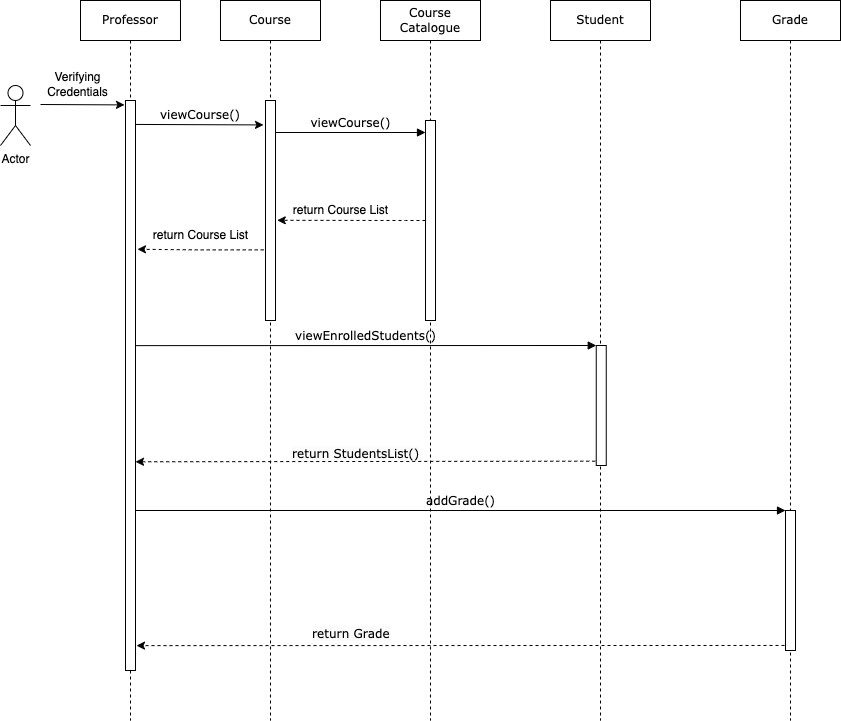
Above: crs-JEDI-UML-Artifacts/Sequence-Diagram/crs-sequenceDiagramProfessor.png in MrRobot-29/Flipkart-JEDI-Group-F-CRS (draw.io), before the change. Source tidied: cells renumbered, new cells last; positions are measured from the earlier drawing's top-left corner, leaving out a move shared by most shapes. The source it was exported from:
```xml
<mxGraphModel>
  <root>
    <mxCell id="0" />
    <mxCell id="1" parent="0" />
    <mxCell id="2" value="Course" style="shape=umlLifeline;perimeter=lifelinePerimeter;whiteSpace=wrap;html=1;rounded=0;shadow=0;comic=0;labelBackgroundColor=none;strokeWidth=1;fontFamily=Verdana;fontSize=12;align=center;" parent="1" vertex="1">
      <mxGeometry x="220" width="100" height="720" as="geometry" />
    </mxCell>
    <mxCell id="3" style="html=1;points=[];perimeter=orthogonalPerimeter;rounded=0;shadow=0;comic=0;labelBackgroundColor=none;strokeWidth=1;fontFamily=Verdana;fontSize=12;align=center;" parent="2" vertex="1">
      <mxGeometry x="45" y="100" width="10" height="220" as="geometry" />
    </mxCell>
    <mxCell id="4" value="Course Catalogue" style="shape=umlLifeline;perimeter=lifelinePerimeter;whiteSpace=wrap;html=1;rounded=0;shadow=0;comic=0;labelBackgroundColor=none;strokeWidth=1;fontFamily=Verdana;fontSize=12;align=center;" parent="1" vertex="1">
      <mxGeometry x="380" width="100" height="720" as="geometry" />
    </mxCell>
    <mxCell id="5" style="html=1;points=[];perimeter=orthogonalPerimeter;rounded=0;shadow=0;comic=0;labelBackgroundColor=none;strokeWidth=1;fontFamily=Verdana;fontSize=12;align=center;" parent="4" vertex="1">
      <mxGeometry x="45" y="120" width="10" height="200" as="geometry" />
    </mxCell>
    <mxCell id="6" value="Grade" style="shape=umlLifeline;perimeter=lifelinePerimeter;whiteSpace=wrap;html=1;outlineConnect=0;rounded=0;shadow=0;comic=0;labelBackgroundColor=none;strokeWidth=1;fontFamily=Verdana;fontSize=12;align=center;" parent="1" vertex="1">
      <mxGeometry x="740" width="100" height="720" as="geometry" />
    </mxCell>
    <mxCell id="7" style="html=1;points=[];perimeter=orthogonalPerimeter;rounded=0;shadow=0;comic=0;labelBackgroundColor=none;strokeWidth=1;fontFamily=Verdana;fontSize=12;align=center;" parent="6" vertex="1">
      <mxGeometry x="45" y="510" width="10" height="140" as="geometry" />
    </mxCell>
    <mxCell id="8" value="addGrade()" style="html=1;verticalAlign=bottom;endArrow=block;entryX=0;entryY=0;labelBackgroundColor=none;fontFamily=Verdana;fontSize=12;" parent="6" edge="1" target="7">
      <mxGeometry relative="1" as="geometry">
        <mxPoint x="-605" y="510" as="sourcePoint" />
      </mxGeometry>
    </mxCell>
    <mxCell id="9" style="endArrow=classic;html=1;rounded=0;dashed=1;fontFamily=Verdana;exitX=-0.1;exitY=0.964;exitDx=0;exitDy=0;exitPerimeter=0;entryX=1.1;entryY=0.898;entryDx=0;entryDy=0;entryPerimeter=0;" parent="6" edge="1" source="7">
      <mxGeometry relative="1" as="geometry">
        <mxPoint x="-604" y="645.1" as="targetPoint" />
      </mxGeometry>
    </mxCell>
    <mxCell id="10" value="&lt;span style=&quot;color: rgb(0, 0, 0); font-family: Verdana; font-size: 12px; font-style: normal; font-variant-ligatures: normal; font-variant-caps: normal; font-weight: 400; letter-spacing: normal; orphans: 2; text-align: center; text-indent: 0px; text-transform: none; widows: 2; word-spacing: 0px; -webkit-text-stroke-width: 0px; background-color: rgb(251, 251, 251); text-decoration-thickness: initial; text-decoration-style: initial; text-decoration-color: initial; float: none; display: inline !important;&quot;&gt;return Grade&lt;/span&gt;" style="text;whiteSpace=wrap;html=1;fontFamily=Verdana;" parent="6" vertex="1">
      <mxGeometry x="-430" y="620" width="100" height="40" as="geometry" />
    </mxCell>
    <mxCell id="11" value="Professor" style="shape=umlLifeline;perimeter=lifelinePerimeter;whiteSpace=wrap;html=1;rounded=0;shadow=0;comic=0;labelBackgroundColor=none;strokeWidth=1;fontFamily=Verdana;fontSize=12;align=center;" parent="1" vertex="1">
      <mxGeometry x="80" width="100" height="720" as="geometry" />
    </mxCell>
    <mxCell id="12" style="html=1;points=[];perimeter=orthogonalPerimeter;rounded=0;shadow=0;comic=0;labelBackgroundColor=none;strokeWidth=1;fontFamily=Verdana;fontSize=12;align=center;" parent="11" vertex="1">
      <mxGeometry x="45" y="100" width="10" height="570" as="geometry" />
    </mxCell>
    <mxCell id="13" value="viewCourse()" style="html=1;verticalAlign=bottom;endArrow=block;entryX=0;entryY=0;labelBackgroundColor=none;fontFamily=Verdana;fontSize=12;edgeStyle=elbowEdgeStyle;elbow=vertical;" parent="1" edge="1">
      <mxGeometry relative="1" as="geometry">
        <mxPoint x="275" y="132" as="sourcePoint" />
        <mxPoint x="425" y="132" as="targetPoint" />
      </mxGeometry>
    </mxCell>
    <mxCell id="14" value="Actor" style="shape=umlActor;verticalLabelPosition=bottom;verticalAlign=top;html=1;" parent="1" vertex="1">
      <mxGeometry y="85" width="30" height="60" as="geometry" />
    </mxCell>
    <mxCell id="15" style="endArrow=classic;html=1;rounded=0;entryX=-0.1;entryY=0.01;entryDx=0;entryDy=0;entryPerimeter=0;" parent="1" edge="1">
      <mxGeometry relative="1" as="geometry">
        <mxPoint x="40" y="104" as="sourcePoint" />
        <mxPoint x="124" y="104.4" as="targetPoint" />
      </mxGeometry>
    </mxCell>
    <mxCell id="16" value="&lt;font face=&quot;Verdana&quot;&gt;viewCourse()&lt;/font&gt;" style="text;html=1;strokeColor=none;fillColor=none;align=center;verticalAlign=middle;whiteSpace=wrap;rounded=0;" parent="1" vertex="1">
      <mxGeometry x="170" y="100" width="60" height="30" as="geometry" />
    </mxCell>
    <mxCell id="17" value="return Course List" style="text;html=1;align=center;verticalAlign=middle;points=[];strokeColor=none;fillColor=none;" parent="1" vertex="1">
      <mxGeometry x="280" y="195" width="120" height="30" as="geometry" />
    </mxCell>
    <mxCell id="18" style="edgeStyle=orthogonalEdgeStyle;rounded=0;jettySize=auto;html=1;dashed=1;entryX=-0.027;entryY=0.827;entryDx=0;entryDy=0;entryPerimeter=0;" parent="1" edge="1" source="5" target="17">
      <mxGeometry relative="1" as="geometry" />
    </mxCell>
    <mxCell id="19" style="edgeStyle=orthogonalEdgeStyle;rounded=0;jettySize=auto;html=1;entryX=1.2;entryY=0.261;entryDx=0;entryDy=0;entryPerimeter=0;dashed=1;exitX=-0.18;exitY=0.679;exitDx=0;exitDy=0;exitPerimeter=0;" parent="1" edge="1" source="3" target="12">
      <mxGeometry relative="1" as="geometry" />
    </mxCell>
    <mxCell id="20" value="return Course List" style="text;html=1;align=center;verticalAlign=middle;strokeColor=none;fillColor=none;dashed=1;" parent="1" vertex="1">
      <mxGeometry x="140" y="220" width="120" height="30" as="geometry" />
    </mxCell>
    <mxCell id="21" style="endArrow=classic;html=1;rounded=0;entryX=-0.2;entryY=0.111;entryDx=0;entryDy=0;entryPerimeter=0;exitX=1.027;exitY=0.042;exitDx=0;exitDy=0;exitPerimeter=0;" parent="1" edge="1" source="12" target="3">
      <mxGeometry relative="1" as="geometry" />
    </mxCell>
    <mxCell id="22" value="Verifying&lt;br&gt;&amp;nbsp;Credentials&amp;nbsp;" style="text;html=1;align=center;verticalAlign=middle;strokeColor=none;fillColor=none;" parent="1" vertex="1">
      <mxGeometry x="32" y="64" width="90" height="40" as="geometry" />
    </mxCell>
    <mxCell id="23" value="Student" style="shape=umlLifeline;perimeter=lifelinePerimeter;whiteSpace=wrap;html=1;outlineConnect=0;rounded=0;shadow=0;comic=0;labelBackgroundColor=none;strokeWidth=1;fontFamily=Verdana;fontSize=12;align=center;" parent="1" vertex="1">
      <mxGeometry x="550" width="100" height="720" as="geometry" />
    </mxCell>
    <mxCell id="24" style="html=1;points=[];perimeter=orthogonalPerimeter;rounded=0;shadow=0;comic=0;labelBackgroundColor=none;strokeWidth=1;fontFamily=Verdana;fontSize=12;align=center;" parent="23" vertex="1">
      <mxGeometry x="45.8" y="345" width="10" height="120" as="geometry" />
    </mxCell>
    <mxCell id="25" value="viewEnrolledStudents()" style="html=1;verticalAlign=bottom;endArrow=block;entryX=0;entryY=0;labelBackgroundColor=none;fontFamily=Verdana;fontSize=12;exitX=0.964;exitY=0.523;exitDx=0;exitDy=0;exitPerimeter=0;" parent="1" edge="1" target="24">
      <mxGeometry relative="1" as="geometry">
        <mxPoint x="135.4" y="345.1" as="sourcePoint" />
      </mxGeometry>
    </mxCell>
    <mxCell id="26" style="endArrow=classic;html=1;rounded=0;dashed=1;fontFamily=Verdana;exitX=-0.1;exitY=0.964;exitDx=0;exitDy=0;exitPerimeter=0;entryX=0.925;entryY=0.787;entryDx=0;entryDy=0;entryPerimeter=0;" parent="1" edge="1" source="24">
      <mxGeometry relative="1" as="geometry">
        <mxPoint x="135" y="461.3" as="targetPoint" />
      </mxGeometry>
    </mxCell>
    <mxCell id="27" value="&lt;span style=&quot;color: rgb(0, 0, 0); font-family: Verdana; font-size: 12px; font-style: normal; font-variant-ligatures: normal; font-variant-caps: normal; font-weight: 400; letter-spacing: normal; orphans: 2; text-align: center; text-indent: 0px; text-transform: none; widows: 2; word-spacing: 0px; -webkit-text-stroke-width: 0px; background-color: rgb(251, 251, 251); text-decoration-thickness: initial; text-decoration-style: initial; text-decoration-color: initial; float: none; display: inline !important;&quot;&gt;return StudentsList()&lt;/span&gt;" style="text;whiteSpace=wrap;html=1;fontFamily=Verdana;" parent="1" vertex="1">
      <mxGeometry x="290" y="440" width="170" height="40" as="geometry" />
    </mxCell>
  </root>
</mxGraphModel>
```
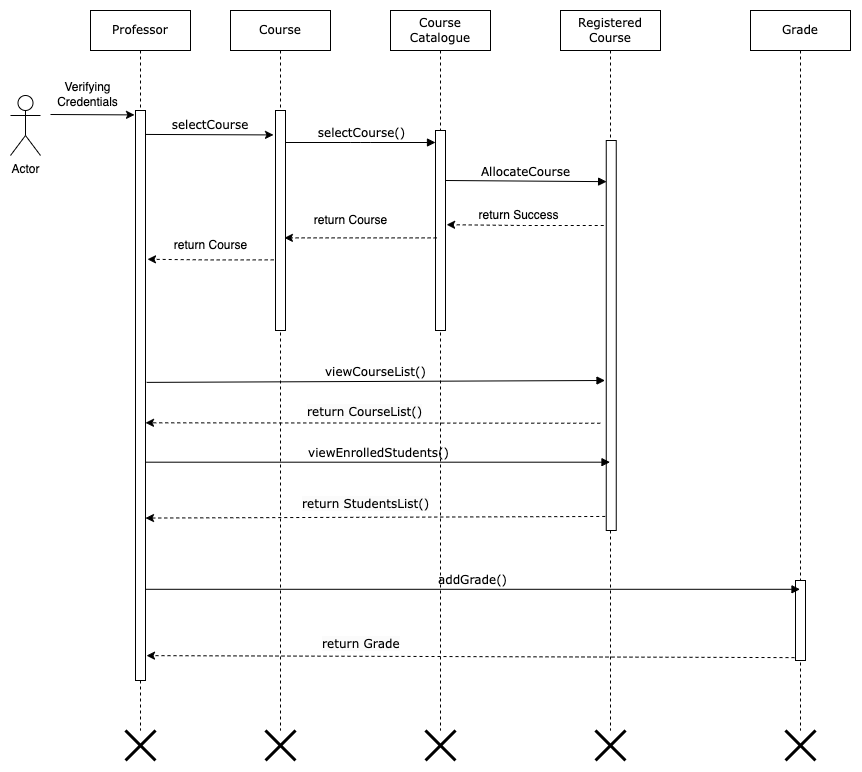
After the change.

Commit message:
update sequence diagram of profesor

The edit, as a diff of the source:
```diff
@@ -18,13 +18,8 @@
       <mxGeometry x="740" width="100" height="720" as="geometry" />
     </mxCell>
     <mxCell id="7" style="html=1;points=[];perimeter=orthogonalPerimeter;rounded=0;shadow=0;comic=0;labelBackgroundColor=none;strokeWidth=1;fontFamily=Verdana;fontSize=12;align=center;" parent="6" vertex="1">
-      <mxGeometry x="45" y="510" width="10" height="140" as="geometry" />
+      <mxGeometry x="45" y="570" width="10" height="80" as="geometry" />
     </mxCell>
-    <mxCell id="8" value="addGrade()" style="html=1;verticalAlign=bottom;endArrow=block;entryX=0;entryY=0;labelBackgroundColor=none;fontFamily=Verdana;fontSize=12;" parent="6" edge="1" target="7">
-      <mxGeometry relative="1" as="geometry">
-        <mxPoint x="-605" y="510" as="sourcePoint" />
-      </mxGeometry>
-    </mxCell>
     <mxCell id="9" style="endArrow=classic;html=1;rounded=0;dashed=1;fontFamily=Verdana;exitX=-0.1;exitY=0.964;exitDx=0;exitDy=0;exitPerimeter=0;entryX=1.1;entryY=0.898;entryDx=0;entryDy=0;entryPerimeter=0;" parent="6" edge="1" source="7">
       <mxGeometry relative="1" as="geometry">
         <mxPoint x="-604" y="645.1" as="targetPoint" />
@@ -39,7 +34,7 @@
     <mxCell id="12" style="html=1;points=[];perimeter=orthogonalPerimeter;rounded=0;shadow=0;comic=0;labelBackgroundColor=none;strokeWidth=1;fontFamily=Verdana;fontSize=12;align=center;" parent="11" vertex="1">
       <mxGeometry x="45" y="100" width="10" height="570" as="geometry" />
     </mxCell>
-    <mxCell id="13" value="viewCourse()" style="html=1;verticalAlign=bottom;endArrow=block;entryX=0;entryY=0;labelBackgroundColor=none;fontFamily=Verdana;fontSize=12;edgeStyle=elbowEdgeStyle;elbow=vertical;" parent="1" edge="1">
+    <mxCell id="13" value="selectCourse()" style="html=1;verticalAlign=bottom;endArrow=block;entryX=0;entryY=0;labelBackgroundColor=none;fontFamily=Verdana;fontSize=12;edgeStyle=elbowEdgeStyle;elbow=horizontal;" parent="1" edge="1">
       <mxGeometry relative="1" as="geometry">
         <mxPoint x="275" y="132" as="sourcePoint" />
         <mxPoint x="425" y="132" as="targetPoint" />
@@ -54,20 +49,20 @@
         <mxPoint x="124" y="104.4" as="targetPoint" />
       </mxGeometry>
     </mxCell>
-    <mxCell id="16" value="&lt;font face=&quot;Verdana&quot;&gt;viewCourse()&lt;/font&gt;" style="text;html=1;strokeColor=none;fillColor=none;align=center;verticalAlign=middle;whiteSpace=wrap;rounded=0;" parent="1" vertex="1">
+    <mxCell id="16" value="&lt;font face=&quot;Verdana&quot;&gt;selectCourse&lt;/font&gt;" style="text;html=1;strokeColor=none;fillColor=none;align=center;verticalAlign=middle;whiteSpace=wrap;rounded=0;" parent="1" vertex="1">
       <mxGeometry x="170" y="100" width="60" height="30" as="geometry" />
     </mxCell>
-    <mxCell id="17" value="return Course List" style="text;html=1;align=center;verticalAlign=middle;points=[];strokeColor=none;fillColor=none;" parent="1" vertex="1">
-      <mxGeometry x="280" y="195" width="120" height="30" as="geometry" />
+    <mxCell id="17" value="return Course" style="text;html=1;align=center;verticalAlign=middle;points=[];strokeColor=none;fillColor=none;" parent="1" vertex="1">
+      <mxGeometry x="290" y="195" width="100" height="30" as="geometry" />
     </mxCell>
-    <mxCell id="18" style="edgeStyle=orthogonalEdgeStyle;rounded=0;jettySize=auto;html=1;dashed=1;entryX=-0.027;entryY=0.827;entryDx=0;entryDy=0;entryPerimeter=0;" parent="1" edge="1" source="5" target="17">
+    <mxCell id="18" style="edgeStyle=orthogonalEdgeStyle;rounded=0;jettySize=auto;html=1;dashed=1;entryX=0.889;entryY=0.579;entryDx=0;entryDy=0;entryPerimeter=0;exitX=0.111;exitY=0.537;exitDx=0;exitDy=0;exitPerimeter=0;" parent="1" edge="1" source="5" target="3">
       <mxGeometry relative="1" as="geometry" />
     </mxCell>
     <mxCell id="19" style="edgeStyle=orthogonalEdgeStyle;rounded=0;jettySize=auto;html=1;entryX=1.2;entryY=0.261;entryDx=0;entryDy=0;entryPerimeter=0;dashed=1;exitX=-0.18;exitY=0.679;exitDx=0;exitDy=0;exitPerimeter=0;" parent="1" edge="1" source="3" target="12">
       <mxGeometry relative="1" as="geometry" />
     </mxCell>
-    <mxCell id="20" value="return Course List" style="text;html=1;align=center;verticalAlign=middle;strokeColor=none;fillColor=none;dashed=1;" parent="1" vertex="1">
-      <mxGeometry x="140" y="220" width="120" height="30" as="geometry" />
+    <mxCell id="20" value="return Course" style="text;html=1;align=center;verticalAlign=middle;strokeColor=none;fillColor=none;dashed=1;" parent="1" vertex="1">
+      <mxGeometry x="150" y="220" width="100" height="30" as="geometry" />
     </mxCell>
     <mxCell id="21" style="endArrow=classic;html=1;rounded=0;entryX=-0.2;entryY=0.111;entryDx=0;entryDy=0;entryPerimeter=0;exitX=1.027;exitY=0.042;exitDx=0;exitDy=0;exitPerimeter=0;" parent="1" edge="1" source="12" target="3">
       <mxGeometry relative="1" as="geometry" />
@@ -75,24 +70,65 @@
     <mxCell id="22" value="Verifying&lt;br&gt;&amp;nbsp;Credentials&amp;nbsp;" style="text;html=1;align=center;verticalAlign=middle;strokeColor=none;fillColor=none;" parent="1" vertex="1">
       <mxGeometry x="32" y="64" width="90" height="40" as="geometry" />
     </mxCell>
-    <mxCell id="23" value="Student" style="shape=umlLifeline;perimeter=lifelinePerimeter;whiteSpace=wrap;html=1;outlineConnect=0;rounded=0;shadow=0;comic=0;labelBackgroundColor=none;strokeWidth=1;fontFamily=Verdana;fontSize=12;align=center;" parent="1" vertex="1">
+    <mxCell id="23" value="Registered&lt;br&gt;Course" style="shape=umlLifeline;perimeter=lifelinePerimeter;whiteSpace=wrap;html=1;outlineConnect=0;rounded=0;shadow=0;comic=0;labelBackgroundColor=none;strokeWidth=1;fontFamily=Verdana;fontSize=12;align=center;" parent="1" vertex="1">
       <mxGeometry x="550" width="100" height="720" as="geometry" />
     </mxCell>
     <mxCell id="24" style="html=1;points=[];perimeter=orthogonalPerimeter;rounded=0;shadow=0;comic=0;labelBackgroundColor=none;strokeWidth=1;fontFamily=Verdana;fontSize=12;align=center;" parent="23" vertex="1">
-      <mxGeometry x="45.8" y="345" width="10" height="120" as="geometry" />
+      <mxGeometry x="45.8" y="130" width="10" height="390" as="geometry" />
     </mxCell>
+    <mxCell id="28" value="AllocateCourse" style="html=1;verticalAlign=bottom;endArrow=block;entryX=0.036;entryY=0.107;labelBackgroundColor=none;fontFamily=Verdana;fontSize=12;edgeStyle=elbowEdgeStyle;elbow=vertical;entryDx=0;entryDy=0;entryPerimeter=0;" parent="23" edge="1" target="24">
+      <mxGeometry relative="1" as="geometry">
+        <mxPoint x="-115" y="170" as="sourcePoint" />
+      </mxGeometry>
+    </mxCell>
-    <mxCell id="25" value="viewEnrolledStudents()" style="html=1;verticalAlign=bottom;endArrow=block;entryX=0;entryY=0;labelBackgroundColor=none;fontFamily=Verdana;fontSize=12;exitX=0.964;exitY=0.523;exitDx=0;exitDy=0;exitPerimeter=0;" parent="1" edge="1" target="24">
-      <mxGeometry relative="1" as="geometry">
-        <mxPoint x="135.4" y="345.1" as="sourcePoint" />
-      </mxGeometry>
+    <mxCell id="25" value="viewEnrolledStudents()" style="html=1;verticalAlign=bottom;endArrow=block;labelBackgroundColor=none;fontFamily=Verdana;fontSize=12;exitX=1;exitY=0.617;exitDx=0;exitDy=0;exitPerimeter=0;" parent="1" edge="1" source="12" target="23">
+      <mxGeometry relative="1" as="geometry" />
     </mxCell>
-    <mxCell id="26" style="endArrow=classic;html=1;rounded=0;dashed=1;fontFamily=Verdana;exitX=-0.1;exitY=0.964;exitDx=0;exitDy=0;exitPerimeter=0;entryX=0.925;entryY=0.787;entryDx=0;entryDy=0;entryPerimeter=0;" parent="1" edge="1" source="24">
-      <mxGeometry relative="1" as="geometry">
-        <mxPoint x="135" y="461.3" as="targetPoint" />
-      </mxGeometry>
+    <mxCell id="26" style="endArrow=classic;html=1;rounded=0;dashed=1;fontFamily=Verdana;exitX=-0.1;exitY=0.964;exitDx=0;exitDy=0;exitPerimeter=0;entryX=1;entryY=0.715;entryDx=0;entryDy=0;entryPerimeter=0;" parent="1" edge="1" source="24" target="12">
+      <mxGeometry relative="1" as="geometry" />
     </mxCell>
+    <mxCell id="29" style="shape=umlDestroy;whiteSpace=wrap;html=1;strokeWidth=3;" parent="1" vertex="1">
+      <mxGeometry x="115" y="720" width="30" height="30" as="geometry" />
+    </mxCell>
+    <mxCell id="30" style="shape=umlDestroy;whiteSpace=wrap;html=1;strokeWidth=3;" parent="1" vertex="1">
+      <mxGeometry x="255" y="720" width="30" height="30" as="geometry" />
+    </mxCell>
+    <mxCell id="31" style="shape=umlDestroy;whiteSpace=wrap;html=1;strokeWidth=3;" parent="1" vertex="1">
+      <mxGeometry x="415" y="720" width="30" height="30" as="geometry" />
+    </mxCell>
+    <mxCell id="32" style="shape=umlDestroy;whiteSpace=wrap;html=1;strokeWidth=3;" parent="1" vertex="1">
+      <mxGeometry x="585" y="720" width="30" height="30" as="geometry" />
+    </mxCell>
+    <mxCell id="33" style="shape=umlDestroy;whiteSpace=wrap;html=1;strokeWidth=3;" parent="1" vertex="1">
+      <mxGeometry x="775" y="720" width="30" height="30" as="geometry" />
+    </mxCell>
+    <mxCell id="8" value="addGrade()" style="html=1;verticalAlign=bottom;endArrow=block;labelBackgroundColor=none;fontFamily=Verdana;fontSize=12;exitX=1;exitY=0.84;exitDx=0;exitDy=0;exitPerimeter=0;" parent="1" edge="1" source="12" target="6">
+      <mxGeometry relative="1" as="geometry" />
+    </mxCell>
+    <mxCell id="34" value="&lt;span style=&quot;color: rgb(0, 0, 0); font-family: Verdana; font-size: 12px; font-style: normal; font-variant-ligatures: normal; font-variant-caps: normal; font-weight: 400; letter-spacing: normal; orphans: 2; text-align: center; text-indent: 0px; text-transform: none; widows: 2; word-spacing: 0px; -webkit-text-stroke-width: 0px; background-color: rgb(251, 251, 251); text-decoration-thickness: initial; text-decoration-style: initial; text-decoration-color: initial; float: none; display: inline !important;&quot;&gt;return CourseList()&lt;/span&gt;" style="text;whiteSpace=wrap;html=1;fontFamily=Verdana;" parent="1" vertex="1">
+      <mxGeometry x="295" y="388.3" width="170" height="40" as="geometry" />
+    </mxCell>
+    <mxCell id="35" value="viewCourseList()" style="html=1;verticalAlign=bottom;endArrow=block;labelBackgroundColor=none;fontFamily=Verdana;fontSize=12;exitX=1.111;exitY=0.477;exitDx=0;exitDy=0;exitPerimeter=0;" parent="1" edge="1" source="12">
+      <mxGeometry relative="1" as="geometry">
+        <mxPoint x="594.5" y="370" as="targetPoint" />
+      </mxGeometry>
+    </mxCell>
+    <mxCell id="36" style="endArrow=classic;html=1;rounded=0;dashed=1;fontFamily=Verdana;exitX=-0.1;exitY=0.964;exitDx=0;exitDy=0;exitPerimeter=0;" parent="1" edge="1">
+      <mxGeometry relative="1" as="geometry">
+        <mxPoint x="589.7" y="412.7" as="sourcePoint" />
+        <mxPoint x="135" y="412.3" as="targetPoint" />
+      </mxGeometry>
+    </mxCell>
+    <mxCell id="37" value="return Success" style="text;html=1;align=center;verticalAlign=middle;strokeColor=none;fillColor=none;" parent="1" vertex="1">
+      <mxGeometry x="458.2" y="190" width="100" height="30" as="geometry" />
+    </mxCell>
+    <mxCell id="38" style="edgeStyle=orthogonalEdgeStyle;rounded=0;jettySize=auto;html=1;dashed=1;entryX=1.111;entryY=0.471;entryDx=0;entryDy=0;entryPerimeter=0;" parent="1" edge="1" target="5">
+      <mxGeometry relative="1" as="geometry">
+        <mxPoint x="593.2" y="215" as="sourcePoint" />
+      </mxGeometry>
+    </mxCell>
     <mxCell id="27" value="&lt;span style=&quot;color: rgb(0, 0, 0); font-family: Verdana; font-size: 12px; font-style: normal; font-variant-ligatures: normal; font-variant-caps: normal; font-weight: 400; letter-spacing: normal; orphans: 2; text-align: center; text-indent: 0px; text-transform: none; widows: 2; word-spacing: 0px; -webkit-text-stroke-width: 0px; background-color: rgb(251, 251, 251); text-decoration-thickness: initial; text-decoration-style: initial; text-decoration-color: initial; float: none; display: inline !important;&quot;&gt;return StudentsList()&lt;/span&gt;" style="text;whiteSpace=wrap;html=1;fontFamily=Verdana;" parent="1" vertex="1">
-      <mxGeometry x="290" y="440" width="170" height="40" as="geometry" />
+      <mxGeometry x="290" y="480" width="170" height="40" as="geometry" />
     </mxCell>
   </root>
 </mxGraphModel>
```
